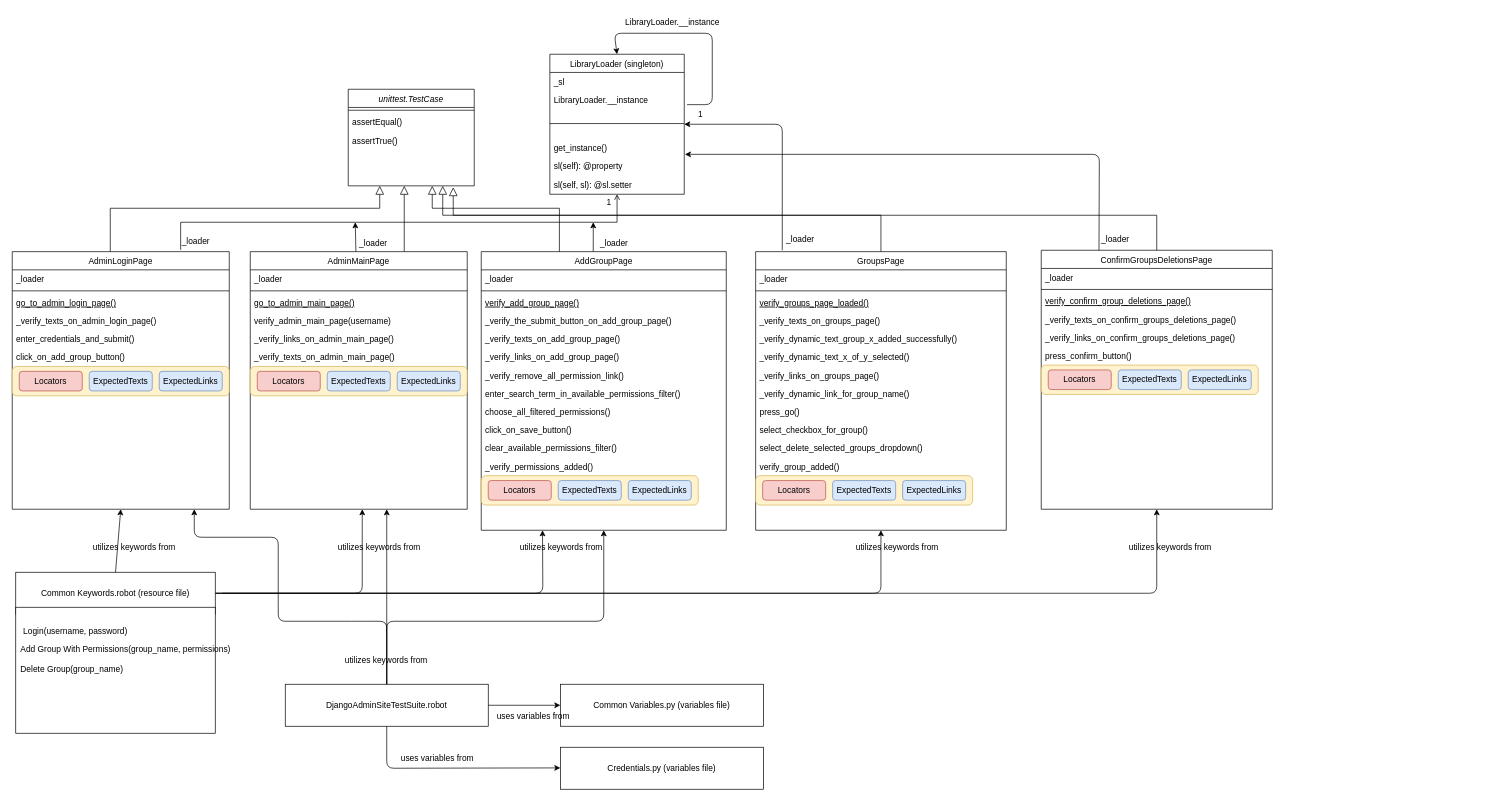
The draw.io diagram Uml-Draw.io/DjangoAdminSiteTestSuite.drawio in TeddyTeddy/robot-fw-seleniumlibrary-tests, before the edit. Source tidied: cells renumbered, new cells numbered last; positions are measured from the earlier drawing's top-left corner, leaving out a move shared by most shapes. Both pictures are drawn from the tidied source at 70%, with x=0, y=0 at pixel (12, 12).
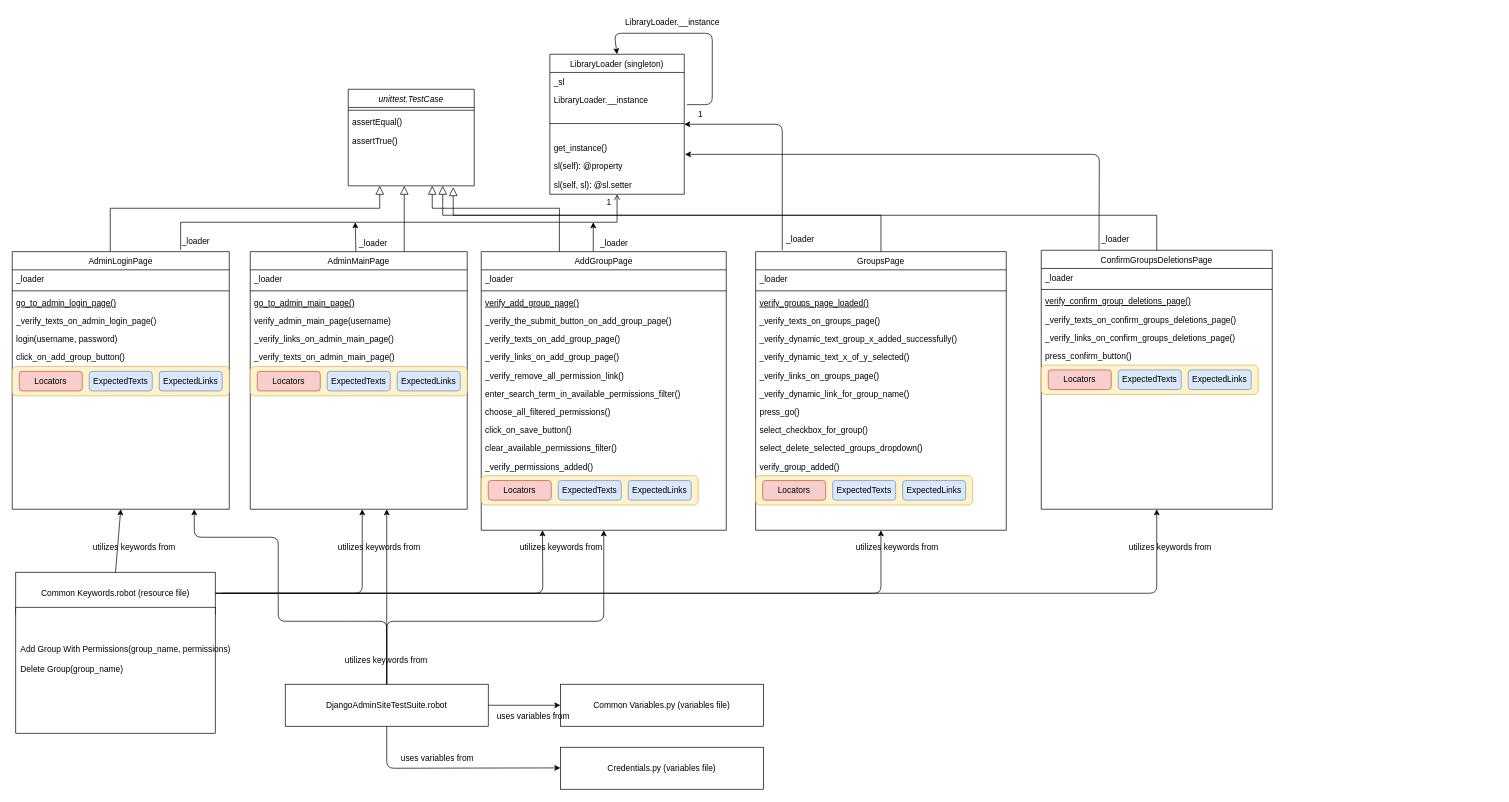
The same page after the edit.

Commit message (it also covers changes not shown here):
Login(username, password) is removed from CommonKeywords.robot and put to AdminLoginPage.py

Unchanged cells that the change refers to:
```xml
<mxCell id="6" value="AdminLoginPage" style="swimlane;fontStyle=0;align=center;verticalAlign=top;horizontal=1;startSize=26;rounded=0;shadow=0;strokeWidth=1;" parent="1" vertex="1">
  <mxGeometry y="342" width="310" height="368" as="geometry" />
</mxCell>
<mxCell id="122" style="group;" parent="1" vertex="1">
  <mxGeometry x="5" y="800" width="285" height="230" as="geometry" />
</mxCell>
```

What changed in the source:
```diff
@@
-    <mxCell id="11" value="enter_credentials_and_submit()" style="text;align=left;verticalAlign=top;spacingLeft=4;spacingRight=4;overflow=hidden;" parent="6" vertex="1">
+    <mxCell id="11" value="login(username, password)" style="text;align=left;verticalAlign=top;spacingLeft=4;spacingRight=4;overflow=hidden;" parent="6" vertex="1">
       <mxGeometry y="112" width="310" height="26" as="geometry" />
     </mxCell>
@@
-    <mxCell id="125" value="Login(username, password)" style="text;align=left;verticalAlign=top;spacingLeft=4;spacingRight=4;overflow=hidden;" parent="122" vertex="1">
-      <mxGeometry x="5" y="70" width="270" height="26" as="geometry" />
-    </mxCell>
```
